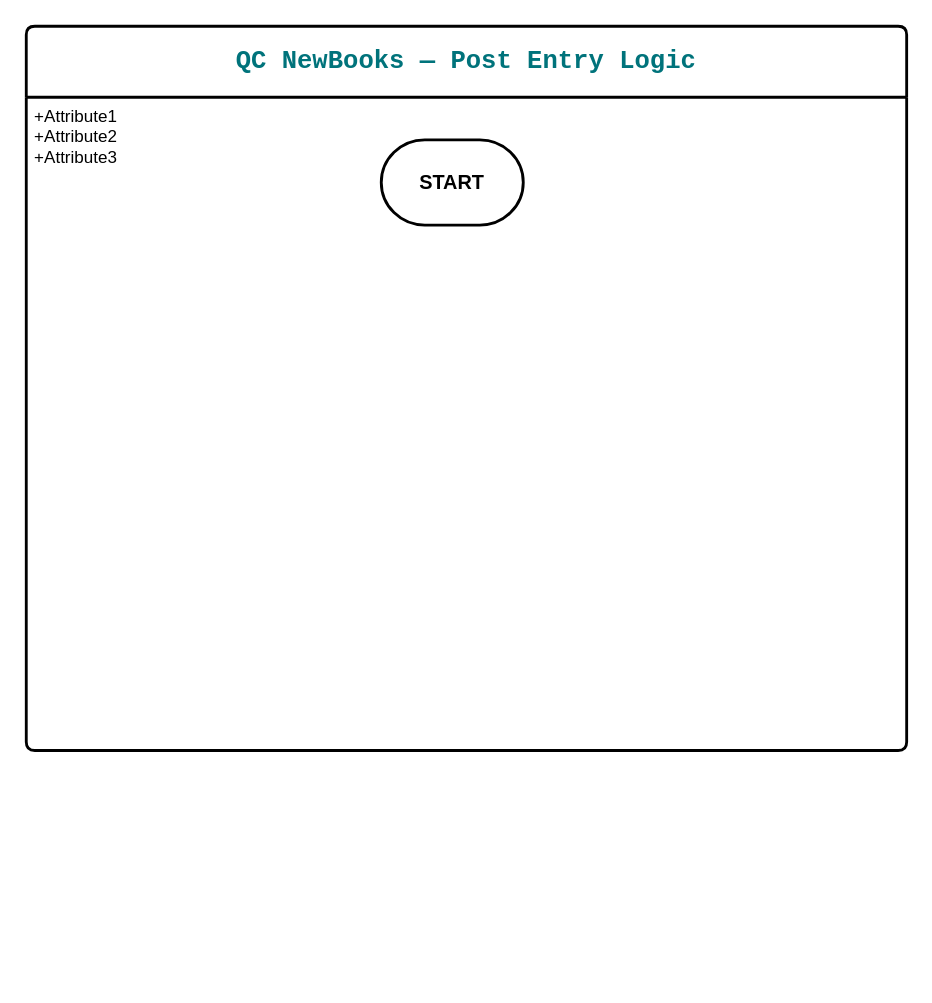
Above: Untitled Diagram.drawio in RBOUHOUCHE/diagram-qc-new-books (draw.io), before the change. Source tidied: cells renumbered, new cells numbered last; positions are measured from the earlier drawing's top-left corner, leaving out a move shared by most shapes. Both pictures are drawn from the tidied source at 142%, with x=0, y=0 at pixel (26, 26).
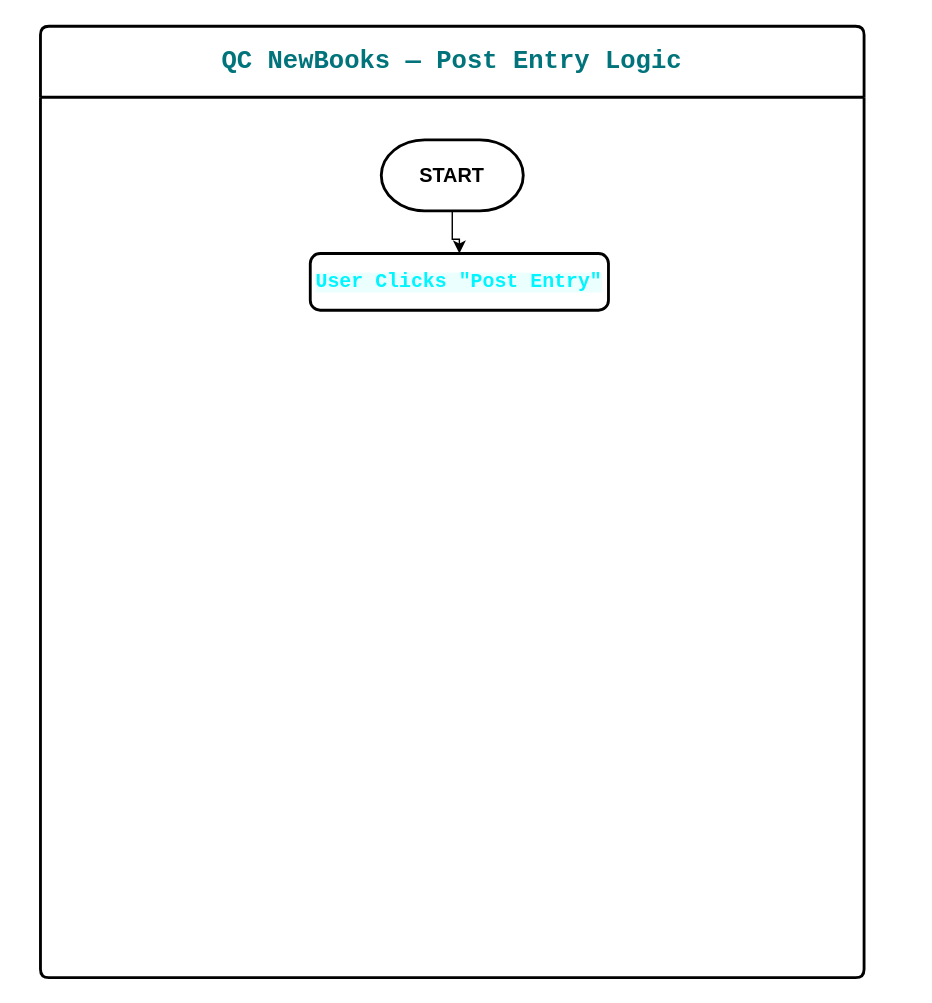
The same page after the edit.

The edit, as a diff of the source:
```diff
@@
 <mxGraphModel>
   <root>
     <mxCell id="0" />
     <mxCell id="1" parent="0" />
     <mxCell id="2" value="&lt;b style=&quot;forced-color-adjust: none; box-shadow: none !important; color: rgb(0, 115, 123); font-family: &amp;quot;Share Tech Mono&amp;quot;, monospace; font-size: 12px; font-style: normal; font-variant-ligatures: normal; font-variant-caps: normal; letter-spacing: normal; orphans: 2; text-align: start; text-indent: 0px; text-transform: none; widows: 2; word-spacing: 0px; -webkit-text-stroke-width: 0px; white-space: normal; text-decoration-thickness: initial; text-decoration-style: initial; text-decoration-color: initial;&quot;&gt;&lt;font style=&quot;forced-color-adjust: none; box-shadow: none !important; font-size: 18px;&quot;&gt;QC NewBooks — Post Entry Logic&lt;/font&gt;&lt;/b&gt;" style="swimlane;horizontal=1;startSize=50;rounded=1;fontSize=14;fontStyle=0;strokeWidth=2;shadow=0;dashed=0;align=center;arcSize=4;whiteSpace=wrap;html=1;" parent="1" vertex="1">
-      <mxGeometry width="620" height="510" as="geometry" />
+      <mxGeometry x="10" width="580" height="670" as="geometry" />
     </mxCell>
-    <mxCell id="3" value="+Attribute1&#10;+Attribute2&#10;+Attribute3" style="align=left;strokeColor=none;fillColor=none;spacingLeft=4;spacingRight=4;fontSize=12;verticalAlign=top;html=1;whiteSpace=wrap;" parent="2" vertex="1">
-      <mxGeometry y="50" width="620" height="460" as="geometry" />
-    </mxCell>
+    <mxCell id="5" style="edgeStyle=orthogonalEdgeStyle;rounded=0;jettySize=auto;html=1;" parent="1" edge="1" source="4" target="6">
+      <mxGeometry relative="1" as="geometry" />
+    </mxCell>
     <mxCell id="4" value="&lt;b&gt;&lt;font style=&quot;font-size: 14px;&quot;&gt;START&lt;/font&gt;&lt;/b&gt;" style="strokeWidth=2;html=1;shape=mxgraph.flowchart.terminator;whiteSpace=wrap;" parent="1" vertex="1">
-      <mxGeometry x="250" y="80" width="100" height="60" as="geometry" />
+      <mxGeometry x="250" y="80" width="100" height="50" as="geometry" />
     </mxCell>
+    <mxCell id="6" value="&lt;span style=&quot;color: rgb(0, 245, 255); font-family: &amp;quot;Share Tech Mono&amp;quot;, monospace; font-style: normal; font-variant-ligatures: normal; font-variant-caps: normal; letter-spacing: normal; orphans: 2; text-align: start; text-indent: 0px; text-transform: none; widows: 2; word-spacing: 0px; -webkit-text-stroke-width: 0px; white-space: normal; background-color: rgba(0, 245, 255, 0.08); text-decoration-thickness: initial; text-decoration-style: initial; text-decoration-color: initial; float: none; display: inline !important;&quot;&gt;&lt;b style=&quot;&quot;&gt;&lt;font style=&quot;font-size: 14px;&quot;&gt;User Clicks &quot;Post Entry&quot;&lt;/font&gt;&lt;/b&gt;&lt;/span&gt;" style="rounded=1;whiteSpace=wrap;html=1;absoluteArcSize=1;arcSize=14;strokeWidth=2;" parent="1" vertex="1">
+      <mxGeometry x="200" y="160" width="210" height="40" as="geometry" />
+    </mxCell>
   </root>
 </mxGraphModel>
```
